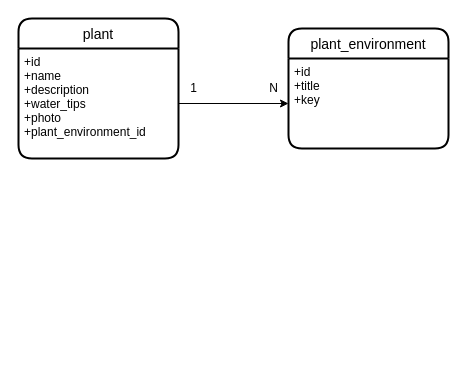
This is documentation/db.drawio from lucas-ssv/plant-manager-api, a draw.io file, before an edit. Source tidied: cells renumbered, new cells numbered last; positions are measured from the earlier drawing's top-left corner, leaving out a move shared by most shapes. Both pictures are drawn from the tidied source at 100%, with x=0, y=0 at pixel (18, 18).
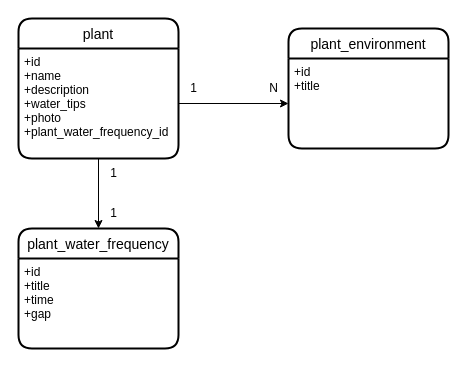
The same diagram, later.

Diff of the diagram source:
```diff
@@
 <mxGraphModel>
   <root>
     <mxCell id="0" />
     <mxCell id="1" parent="0" />
     <mxCell id="2" value="plant" style="swimlane;horizontal=1;startSize=30;rounded=1;fontSize=14;fontStyle=0;strokeWidth=2;shadow=0;dashed=0;align=center;fillStyle=dashed;" parent="1" vertex="1">
       <mxGeometry width="160" height="140" as="geometry" />
     </mxCell>
-    <mxCell id="3" value="+id&#10;+name&#10;+description&#10;+water_tips&#10;+photo&#10;+plant_environment_id" style="align=left;strokeColor=none;fillColor=none;spacingLeft=4;fontSize=12;verticalAlign=top;fillStyle=dashed;" parent="2" vertex="1">
+    <mxCell id="3" value="+id&#10;+name&#10;+description&#10;+water_tips&#10;+photo&#10;+plant_water_frequency_id" style="align=left;strokeColor=none;fillColor=none;spacingLeft=4;fontSize=12;verticalAlign=top;fillStyle=dashed;" parent="2" vertex="1">
       <mxGeometry y="30" width="160" height="110" as="geometry" />
     </mxCell>
     <mxCell id="4" value="plant_environment" style="swimlane;horizontal=1;startSize=30;rounded=1;fontSize=14;fontStyle=0;strokeWidth=2;shadow=0;dashed=0;align=center;fillStyle=dashed;" parent="1" vertex="1">
       <mxGeometry x="270" y="10" width="160" height="120" as="geometry" />
     </mxCell>
-    <mxCell id="5" value="+id&#10;+title&#10;+key" style="align=left;strokeColor=none;fillColor=none;spacingLeft=4;fontSize=12;verticalAlign=top;fillStyle=dashed;" parent="4" vertex="1">
+    <mxCell id="5" value="+id&#10;+title" style="align=left;strokeColor=none;fillColor=none;spacingLeft=4;fontSize=12;verticalAlign=top;fillStyle=dashed;" parent="4" vertex="1">
       <mxGeometry y="30" width="160" height="90" as="geometry" />
     </mxCell>
     <mxCell id="6" style="edgeStyle=none;html=1;" parent="1" edge="1" source="3" target="5">
       <mxGeometry relative="1" as="geometry" />
     </mxCell>
     <mxCell id="7" value="1" style="text;html=1;align=center;verticalAlign=middle;strokeColor=none;fillColor=none;" parent="1" vertex="1">
       <mxGeometry x="160" y="55" width="30" height="30" as="geometry" />
     </mxCell>
     <mxCell id="8" value="N" style="text;html=1;align=center;verticalAlign=middle;strokeColor=none;fillColor=none;" parent="1" vertex="1">
       <mxGeometry x="240" y="55" width="30" height="30" as="geometry" />
     </mxCell>
+    <mxCell id="9" value="plant_water_frequency" style="swimlane;horizontal=1;startSize=30;rounded=1;fontSize=14;fontStyle=0;strokeWidth=2;shadow=0;dashed=0;align=center;fillStyle=dashed;" parent="1" vertex="1">
+      <mxGeometry y="210" width="160" height="120" as="geometry" />
+    </mxCell>
+    <mxCell id="10" value="+id&#10;+title&#10;+time&#10;+gap" style="align=left;strokeColor=none;fillColor=none;spacingLeft=4;fontSize=12;verticalAlign=top;fillStyle=dashed;" parent="9" vertex="1">
+      <mxGeometry y="30" width="160" height="90" as="geometry" />
+    </mxCell>
+    <mxCell id="11" style="edgeStyle=none;html=1;exitX=0.5;exitY=1;exitDx=0;exitDy=0;entryX=0.5;entryY=0;entryDx=0;entryDy=0;" parent="1" edge="1" source="3" target="9">
+      <mxGeometry relative="1" as="geometry" />
+    </mxCell>
+    <mxCell id="12" value="1" style="text;html=1;align=center;verticalAlign=middle;strokeColor=none;fillColor=none;" parent="1" vertex="1">
+      <mxGeometry x="80" y="140" width="30" height="30" as="geometry" />
+    </mxCell>
+    <mxCell id="13" value="1" style="text;html=1;align=center;verticalAlign=middle;strokeColor=none;fillColor=none;" parent="1" vertex="1">
+      <mxGeometry x="80" y="180" width="30" height="30" as="geometry" />
+    </mxCell>
   </root>
 </mxGraphModel>
```
